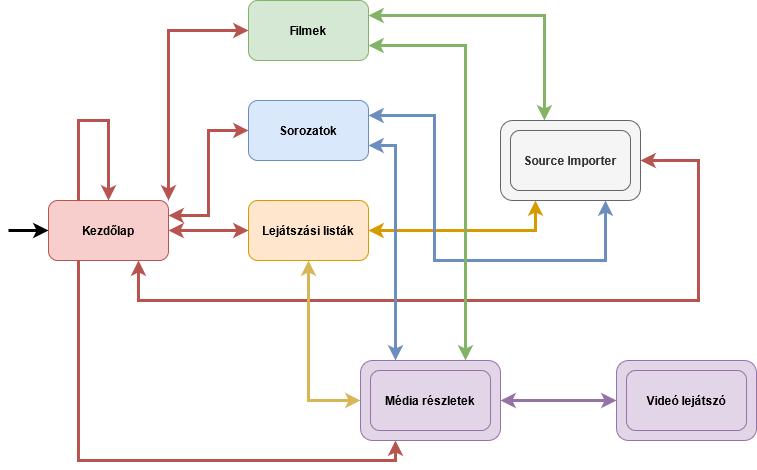
Earlier version of the draw.io export docs/latex/images/navigation_between_screens.png (TMD44/mvp). Source tidied: cells renumbered, new cells last; positions are measured from the earlier drawing's top-left corner, leaving out a move shared by most shapes.
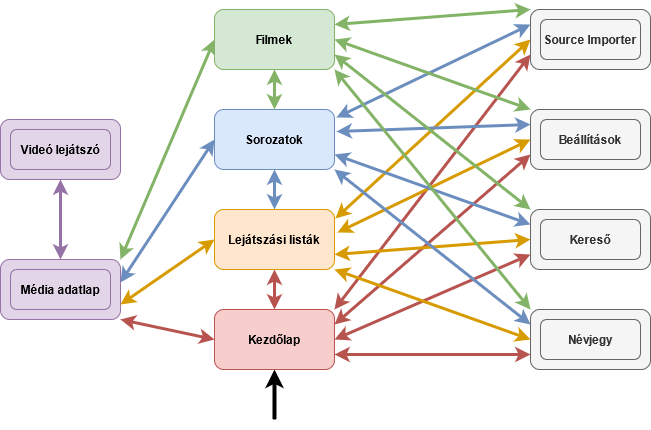
The same diagram one commit later.

The edit, as a diff of the source:
```diff
@@ -2,96 +2,132 @@
   <root>
     <mxCell id="0" />
     <mxCell id="1" parent="0" />
-    <mxCell id="2" style="edgeStyle=orthogonalEdgeStyle;rounded=0;jettySize=auto;html=1;exitX=1;exitY=0.25;exitDx=0;exitDy=0;entryX=0;entryY=0.5;entryDx=0;entryDy=0;fillColor=#f8cecc;strokeColor=#b85450;strokeWidth=3;startArrow=classic;startFill=1;" parent="1" edge="1" source="8" target="14">
-      <mxGeometry relative="1" as="geometry" />
-    </mxCell>
-    <mxCell id="3" style="edgeStyle=orthogonalEdgeStyle;rounded=0;jettySize=auto;html=1;exitX=1;exitY=0;exitDx=0;exitDy=0;entryX=0;entryY=0.5;entryDx=0;entryDy=0;fillColor=#f8cecc;strokeColor=#b85450;strokeWidth=3;startArrow=classic;startFill=1;" parent="1" edge="1" source="8" target="17">
-      <mxGeometry relative="1" as="geometry" />
-    </mxCell>
-    <mxCell id="4" style="edgeStyle=orthogonalEdgeStyle;rounded=0;jettySize=auto;html=1;exitX=1;exitY=0.5;exitDx=0;exitDy=0;entryX=0;entryY=0.5;entryDx=0;entryDy=0;fillColor=#f8cecc;strokeColor=#b85450;strokeWidth=3;startArrow=classic;startFill=1;" parent="1" edge="1" source="8" target="11">
-      <mxGeometry relative="1" as="geometry" />
-    </mxCell>
+    <mxCell id="26" style="edgeStyle=none;rounded=0;jettySize=auto;html=1;exitX=1;exitY=0.25;exitDx=0;exitDy=0;entryX=0;entryY=0.75;entryDx=0;entryDy=0;startArrow=classic;startFill=1;strokeWidth=3;fillColor=#f8cecc;strokeColor=#b85450;" parent="1" edge="1" source="8" target="40">
+      <mxGeometry relative="1" as="geometry" />
+    </mxCell>
-    <mxCell id="5" style="edgeStyle=orthogonalEdgeStyle;rounded=0;jettySize=auto;html=1;exitX=0.75;exitY=1;exitDx=0;exitDy=0;entryX=1;entryY=0.5;entryDx=0;entryDy=0;fillColor=#f8cecc;strokeColor=#b85450;strokeWidth=3;startArrow=classic;startFill=1;" parent="1" edge="1" source="8" target="21">
-      <mxGeometry relative="1" as="geometry">
-        <Array as="points">
-          <mxPoint x="130" y="300" />
-          <mxPoint x="690" y="300" />
-          <mxPoint x="690" y="160" />
-        </Array>
-      </mxGeometry>
+    <mxCell id="5" style="edgeStyle=none;rounded=0;jettySize=auto;html=1;exitX=1;exitY=0.5;exitDx=0;exitDy=0;entryX=0;entryY=0.75;entryDx=0;entryDy=0;startArrow=classic;startFill=1;strokeWidth=3;fillColor=#f8cecc;strokeColor=#b85450;" parent="1" edge="1" source="8" target="21">
+      <mxGeometry relative="1" as="geometry" />
     </mxCell>
+    <mxCell id="27" style="edgeStyle=none;rounded=0;jettySize=auto;html=1;exitX=1;exitY=0.75;exitDx=0;exitDy=0;entryX=0;entryY=0.75;entryDx=0;entryDy=0;startArrow=classic;startFill=1;strokeWidth=3;fillColor=#f8cecc;strokeColor=#b85450;" parent="1" edge="1" source="8" target="44">
+      <mxGeometry relative="1" as="geometry" />
+    </mxCell>
+    <mxCell id="28" style="edgeStyle=none;rounded=0;jettySize=auto;html=1;exitX=1;exitY=0;exitDx=0;exitDy=0;entryX=0;entryY=0.75;entryDx=0;entryDy=0;startArrow=classic;startFill=1;strokeWidth=3;fillColor=#f8cecc;strokeColor=#b85450;" parent="1" edge="1" source="8" target="42">
+      <mxGeometry relative="1" as="geometry" />
+    </mxCell>
-    <mxCell id="6" style="edgeStyle=orthogonalEdgeStyle;rounded=0;jettySize=auto;html=1;exitX=0.25;exitY=1;exitDx=0;exitDy=0;entryX=0.25;entryY=1;entryDx=0;entryDy=0;strokeWidth=3;fillColor=#f8cecc;strokeColor=#b85450;" parent="1" edge="1" source="8" target="19">
+    <mxCell id="6" style="edgeStyle=none;rounded=0;jettySize=auto;html=1;exitX=0;exitY=0.5;exitDx=0;exitDy=0;entryX=1;entryY=1;entryDx=0;entryDy=0;startArrow=classic;startFill=1;strokeWidth=3;fillColor=#f8cecc;strokeColor=#b85450;" parent="1" edge="1" source="8" target="19">
       <mxGeometry relative="1" as="geometry" />
     </mxCell>
-    <mxCell id="7" style="edgeStyle=orthogonalEdgeStyle;rounded=0;jettySize=auto;html=1;entryX=0;entryY=0.5;entryDx=0;entryDy=0;strokeWidth=3;" parent="1" edge="1" target="8">
-      <mxGeometry relative="1" as="geometry">
-        <mxPoint y="230" as="sourcePoint" />
-      </mxGeometry>
-    </mxCell>
+    <mxCell id="29" style="edgeStyle=none;rounded=0;jettySize=auto;html=1;exitX=0.5;exitY=1;exitDx=0;exitDy=0;startArrow=classic;startFill=1;strokeWidth=4;endArrow=none;endFill=0;" parent="1" edge="1" source="8">
+      <mxGeometry relative="1" as="geometry">
+        <mxPoint x="414" y="420" as="targetPoint" />
+      </mxGeometry>
+    </mxCell>
     <mxCell id="8" value="&lt;b&gt;Kezdőlap&lt;/b&gt;" style="rounded=1;whiteSpace=wrap;html=1;fillColor=#f8cecc;strokeColor=#b85450;" parent="1" vertex="1">
-      <mxGeometry x="40" y="200" width="120" height="60" as="geometry" />
+      <mxGeometry x="354" y="310" width="120" height="60" as="geometry" />
     </mxCell>
+    <mxCell id="30" style="edgeStyle=none;rounded=0;jettySize=auto;html=1;exitX=1.008;exitY=0.15;exitDx=0;exitDy=0;entryX=0;entryY=0.5;entryDx=0;entryDy=0;startArrow=classic;startFill=1;strokeWidth=3;fillColor=#ffe6cc;strokeColor=#d79b00;exitPerimeter=0;" parent="1" edge="1" source="11" target="42">
+      <mxGeometry relative="1" as="geometry" />
+    </mxCell>
+    <mxCell id="31" style="edgeStyle=none;rounded=0;jettySize=auto;html=1;entryX=0;entryY=0.5;entryDx=0;entryDy=0;startArrow=classic;startFill=1;strokeWidth=3;fillColor=#ffe6cc;strokeColor=#d79b00;" parent="1" edge="1" target="40">
+      <mxGeometry relative="1" as="geometry">
+        <mxPoint x="477" y="233" as="sourcePoint" />
+      </mxGeometry>
+    </mxCell>
-    <mxCell id="9" style="edgeStyle=orthogonalEdgeStyle;rounded=0;jettySize=auto;html=1;exitX=1;exitY=0.5;exitDx=0;exitDy=0;entryX=0.25;entryY=1;entryDx=0;entryDy=0;startArrow=classic;startFill=1;strokeWidth=3;fillColor=#ffe6cc;strokeColor=#d79b00;" parent="1" edge="1" source="11" target="21">
+    <mxCell id="9" style="edgeStyle=none;rounded=0;jettySize=auto;html=1;exitX=1;exitY=0.75;exitDx=0;exitDy=0;entryX=0;entryY=0.5;entryDx=0;entryDy=0;startArrow=classic;startFill=1;strokeWidth=3;fillColor=#ffe6cc;strokeColor=#d79b00;" parent="1" edge="1" source="11" target="21">
       <mxGeometry relative="1" as="geometry" />
     </mxCell>
-    <mxCell id="10" style="edgeStyle=orthogonalEdgeStyle;rounded=0;jettySize=auto;html=1;exitX=0.5;exitY=1;exitDx=0;exitDy=0;entryX=0;entryY=0.5;entryDx=0;entryDy=0;startArrow=classic;startFill=1;strokeWidth=3;fillColor=#fff2cc;strokeColor=#d6b656;" parent="1" edge="1" source="11" target="19">
-      <mxGeometry relative="1" as="geometry" />
-    </mxCell>
-    <mxCell id="11" value="&lt;b&gt;Lejátszási listák&lt;/b&gt;" style="rounded=1;whiteSpace=wrap;html=1;fillColor=#ffe6cc;strokeColor=#d79b00;" parent="1" vertex="1">
-      <mxGeometry x="240" y="200" width="120" height="60" as="geometry" />
-    </mxCell>
+    <mxCell id="32" style="edgeStyle=none;rounded=0;jettySize=auto;html=1;exitX=1;exitY=1;exitDx=0;exitDy=0;entryX=0;entryY=0.5;entryDx=0;entryDy=0;startArrow=classic;startFill=1;strokeWidth=3;fillColor=#ffe6cc;strokeColor=#d79b00;" parent="1" edge="1" source="11" target="44">
+      <mxGeometry relative="1" as="geometry" />
+    </mxCell>
+    <mxCell id="33" style="edgeStyle=none;rounded=0;jettySize=auto;html=1;exitX=1.017;exitY=0.133;exitDx=0;exitDy=0;entryX=0;entryY=0.25;entryDx=0;entryDy=0;startArrow=classic;startFill=1;strokeWidth=3;fillColor=#dae8fc;strokeColor=#6c8ebf;exitPerimeter=0;" parent="1" edge="1" source="14" target="42">
+      <mxGeometry relative="1" as="geometry" />
+    </mxCell>
+    <mxCell id="34" style="edgeStyle=none;rounded=0;jettySize=auto;html=1;exitX=1.017;exitY=0.367;exitDx=0;exitDy=0;entryX=0;entryY=0.25;entryDx=0;entryDy=0;startArrow=classic;startFill=1;strokeWidth=3;fillColor=#dae8fc;strokeColor=#6c8ebf;exitPerimeter=0;" parent="1" edge="1" source="14" target="40">
+      <mxGeometry relative="1" as="geometry" />
+    </mxCell>
-    <mxCell id="12" style="edgeStyle=orthogonalEdgeStyle;rounded=0;jettySize=auto;html=1;exitX=1;exitY=0.25;exitDx=0;exitDy=0;entryX=0.75;entryY=1;entryDx=0;entryDy=0;fillColor=#dae8fc;strokeColor=#6c8ebf;strokeWidth=3;startArrow=classic;startFill=1;" parent="1" edge="1" source="14" target="21">
-      <mxGeometry relative="1" as="geometry">
-        <Array as="points">
-          <mxPoint x="426" y="115" />
-          <mxPoint x="426" y="260" />
-          <mxPoint x="597" y="260" />
-        </Array>
-      </mxGeometry>
+    <mxCell id="12" style="edgeStyle=none;rounded=0;jettySize=auto;html=1;exitX=1;exitY=0.75;exitDx=0;exitDy=0;entryX=0;entryY=0.25;entryDx=0;entryDy=0;startArrow=classic;startFill=1;strokeWidth=3;fillColor=#dae8fc;strokeColor=#6c8ebf;" parent="1" edge="1" source="14" target="21">
+      <mxGeometry relative="1" as="geometry" />
     </mxCell>
+    <mxCell id="35" style="edgeStyle=none;rounded=0;jettySize=auto;html=1;exitX=1;exitY=1;exitDx=0;exitDy=0;entryX=0;entryY=0.25;entryDx=0;entryDy=0;startArrow=classic;startFill=1;strokeWidth=3;fillColor=#dae8fc;strokeColor=#6c8ebf;" parent="1" edge="1" source="14" target="44">
+      <mxGeometry relative="1" as="geometry" />
+    </mxCell>
-    <mxCell id="13" style="edgeStyle=orthogonalEdgeStyle;rounded=0;jettySize=auto;html=1;exitX=1;exitY=0.75;exitDx=0;exitDy=0;entryX=0.25;entryY=0;entryDx=0;entryDy=0;startArrow=classic;startFill=1;strokeWidth=3;fillColor=#dae8fc;strokeColor=#6c8ebf;" parent="1" edge="1" source="14" target="19">
+    <mxCell id="13" style="edgeStyle=none;rounded=0;jettySize=auto;html=1;exitX=0;exitY=0.5;exitDx=0;exitDy=0;entryX=1;entryY=0.383;entryDx=0;entryDy=0;startArrow=classic;startFill=1;strokeWidth=3;fillColor=#dae8fc;strokeColor=#6c8ebf;entryPerimeter=0;" parent="1" edge="1" source="14" target="19">
       <mxGeometry relative="1" as="geometry" />
     </mxCell>
     <mxCell id="14" value="&lt;b&gt;Sorozatok&lt;/b&gt;" style="rounded=1;whiteSpace=wrap;html=1;fillColor=#dae8fc;strokeColor=#6c8ebf;" parent="1" vertex="1">
-      <mxGeometry x="240" y="100" width="120" height="60" as="geometry" />
+      <mxGeometry x="354" y="110" width="120" height="60" as="geometry" />
     </mxCell>
+    <mxCell id="36" style="edgeStyle=none;rounded=0;jettySize=auto;html=1;exitX=1;exitY=0.25;exitDx=0;exitDy=0;entryX=0;entryY=0;entryDx=0;entryDy=0;startArrow=classic;startFill=1;strokeWidth=3;fillColor=#d5e8d4;strokeColor=#82b366;" parent="1" edge="1" source="17" target="42">
+      <mxGeometry relative="1" as="geometry" />
+    </mxCell>
+    <mxCell id="37" style="edgeStyle=none;rounded=0;jettySize=auto;html=1;exitX=1;exitY=0.5;exitDx=0;exitDy=0;entryX=0;entryY=0;entryDx=0;entryDy=0;startArrow=classic;startFill=1;strokeWidth=3;fillColor=#d5e8d4;strokeColor=#82b366;" parent="1" edge="1" source="17" target="40">
+      <mxGeometry relative="1" as="geometry" />
+    </mxCell>
-    <mxCell id="15" style="edgeStyle=orthogonalEdgeStyle;rounded=0;jettySize=auto;html=1;exitX=1;exitY=0.25;exitDx=0;exitDy=0;entryX=0.314;entryY=0;entryDx=0;entryDy=0;entryPerimeter=0;strokeWidth=3;fillColor=#d5e8d4;strokeColor=#82b366;startArrow=classic;startFill=1;" parent="1" edge="1" source="17" target="21">
+    <mxCell id="15" style="edgeStyle=none;rounded=0;jettySize=auto;html=1;exitX=1;exitY=0.75;exitDx=0;exitDy=0;entryX=0;entryY=0;entryDx=0;entryDy=0;startArrow=classic;startFill=1;strokeWidth=3;fillColor=#d5e8d4;strokeColor=#82b366;" parent="1" edge="1" source="17" target="21">
       <mxGeometry relative="1" as="geometry" />
     </mxCell>
+    <mxCell id="38" style="edgeStyle=none;rounded=0;jettySize=auto;html=1;exitX=1;exitY=1;exitDx=0;exitDy=0;entryX=0;entryY=0;entryDx=0;entryDy=0;startArrow=classic;startFill=1;strokeWidth=3;fillColor=#d5e8d4;strokeColor=#82b366;" parent="1" edge="1" source="17" target="44">
+      <mxGeometry relative="1" as="geometry" />
+    </mxCell>
-    <mxCell id="16" style="edgeStyle=orthogonalEdgeStyle;rounded=0;jettySize=auto;html=1;exitX=1;exitY=0.75;exitDx=0;exitDy=0;entryX=0.75;entryY=0;entryDx=0;entryDy=0;strokeWidth=3;fillColor=#d5e8d4;strokeColor=#82b366;startArrow=classic;startFill=1;" parent="1" edge="1" source="17" target="19">
+    <mxCell id="16" style="edgeStyle=none;rounded=0;jettySize=auto;html=1;exitX=0;exitY=0.5;exitDx=0;exitDy=0;entryX=1;entryY=0;entryDx=0;entryDy=0;startArrow=classic;startFill=1;strokeWidth=3;fillColor=#d5e8d4;strokeColor=#82b366;" parent="1" edge="1" source="17" target="19">
       <mxGeometry relative="1" as="geometry" />
     </mxCell>
+    <mxCell id="39" style="edgeStyle=none;jettySize=auto;html=1;exitX=0.5;exitY=1;exitDx=0;exitDy=0;entryX=0.5;entryY=0;entryDx=0;entryDy=0;startArrow=classic;startFill=1;strokeWidth=3;fillColor=#d5e8d4;strokeColor=#82b366;rounded=0;" parent="1" edge="1" source="17" target="14">
+      <mxGeometry relative="1" as="geometry" />
+    </mxCell>
     <mxCell id="17" value="&lt;b&gt;Filmek&lt;/b&gt;" style="rounded=1;whiteSpace=wrap;html=1;fillColor=#d5e8d4;strokeColor=#82b366;" parent="1" vertex="1">
-      <mxGeometry x="240" width="120" height="60" as="geometry" />
+      <mxGeometry x="354" y="10" width="120" height="60" as="geometry" />
     </mxCell>
-    <mxCell id="18" style="edgeStyle=orthogonalEdgeStyle;rounded=0;jettySize=auto;html=1;exitX=1;exitY=0.5;exitDx=0;exitDy=0;entryX=0;entryY=0.5;entryDx=0;entryDy=0;startArrow=classic;startFill=1;strokeWidth=3;fillColor=#e1d5e7;strokeColor=#9673a6;" parent="1" edge="1" source="19" target="23">
+    <mxCell id="18" style="edgeStyle=none;rounded=0;jettySize=auto;html=1;exitX=0.5;exitY=0;exitDx=0;exitDy=0;entryX=0.5;entryY=1;entryDx=0;entryDy=0;startArrow=classic;startFill=1;strokeWidth=3;fillColor=#e1d5e7;strokeColor=#9673a6;" parent="1" edge="1" source="19" target="23">
       <mxGeometry relative="1" as="geometry" />
     </mxCell>
     <mxCell id="19" style="rounded=1;whiteSpace=wrap;html=1;fillColor=#e1d5e7;strokeColor=#9673a6;" parent="1" vertex="1">
-      <mxGeometry x="352" y="360" width="140" height="80" as="geometry" />
+      <mxGeometry x="140" y="260" width="120" height="60" as="geometry" />
     </mxCell>
-    <mxCell id="20" value="&lt;b&gt;Média részletek&lt;/b&gt;" style="rounded=1;whiteSpace=wrap;html=1;fillColor=#e1d5e7;strokeColor=#9673a6;" parent="1" vertex="1">
-      <mxGeometry x="362" y="370" width="120" height="60" as="geometry" />
+    <mxCell id="20" value="&lt;b&gt;Média adatlap&lt;/b&gt;" style="rounded=1;whiteSpace=wrap;html=1;fillColor=#e1d5e7;strokeColor=#9673a6;" parent="1" vertex="1">
+      <mxGeometry x="150" y="270" width="100" height="40" as="geometry" />
     </mxCell>
     <mxCell id="21" style="rounded=1;whiteSpace=wrap;html=1;fillColor=#f5f5f5;strokeColor=#666666;fontColor=#333333;" parent="1" vertex="1">
-      <mxGeometry x="492" y="120" width="140" height="80" as="geometry" />
+      <mxGeometry x="670" y="210" width="120" height="60" as="geometry" />
     </mxCell>
-    <mxCell id="22" value="&lt;b&gt;Source Importer&lt;/b&gt;" style="rounded=1;whiteSpace=wrap;html=1;fillColor=#f5f5f5;strokeColor=#666666;fontColor=#333333;" parent="1" vertex="1">
-      <mxGeometry x="502" y="130" width="120" height="60" as="geometry" />
+    <mxCell id="22" value="&lt;b&gt;Kereső&lt;/b&gt;" style="rounded=1;whiteSpace=wrap;html=1;fillColor=#f5f5f5;strokeColor=#666666;fontColor=#333333;" parent="1" vertex="1">
+      <mxGeometry x="680" y="220" width="100" height="40" as="geometry" />
     </mxCell>
     <mxCell id="23" style="rounded=1;whiteSpace=wrap;html=1;fillColor=#e1d5e7;strokeColor=#9673a6;" parent="1" vertex="1">
-      <mxGeometry x="608" y="360" width="140" height="80" as="geometry" />
+      <mxGeometry x="140" y="120" width="120" height="60" as="geometry" />
     </mxCell>
     <mxCell id="24" value="&lt;b&gt;Videó lejátszó&lt;/b&gt;" style="rounded=1;whiteSpace=wrap;html=1;fillColor=#e1d5e7;strokeColor=#9673a6;" parent="1" vertex="1">
-      <mxGeometry x="618" y="370" width="120" height="60" as="geometry" />
+      <mxGeometry x="150" y="130" width="100" height="40" as="geometry" />
     </mxCell>
-    <mxCell id="25" style="edgeStyle=orthogonalEdgeStyle;rounded=0;orthogonalLoop=1;jettySize=auto;html=1;exitX=0.25;exitY=0;exitDx=0;exitDy=0;entryX=0.5;entryY=0;entryDx=0;entryDy=0;strokeWidth=3;fillColor=#f8cecc;strokeColor=#b85450;" parent="1" edge="1" source="8" target="8">
-      <mxGeometry relative="1" as="geometry">
-        <Array as="points">
-          <mxPoint x="70" y="120" />
-          <mxPoint x="100" y="120" />
-        </Array>
-      </mxGeometry>
-    </mxCell>
+    <mxCell id="40" style="rounded=1;whiteSpace=wrap;html=1;fillColor=#f5f5f5;strokeColor=#666666;fontColor=#333333;" parent="1" vertex="1">
+      <mxGeometry x="670" y="110" width="120" height="60" as="geometry" />
+    </mxCell>
+    <mxCell id="41" value="&lt;b&gt;Beállítások&lt;/b&gt;" style="rounded=1;whiteSpace=wrap;html=1;fillColor=#f5f5f5;strokeColor=#666666;fontColor=#333333;" parent="1" vertex="1">
+      <mxGeometry x="680" y="120" width="100" height="40" as="geometry" />
+    </mxCell>
+    <mxCell id="42" style="rounded=1;whiteSpace=wrap;html=1;fillColor=#f5f5f5;strokeColor=#666666;fontColor=#333333;" parent="1" vertex="1">
+      <mxGeometry x="670" y="10" width="120" height="60" as="geometry" />
+    </mxCell>
+    <mxCell id="43" value="&lt;b&gt;Source Importer&lt;/b&gt;" style="rounded=1;whiteSpace=wrap;html=1;fillColor=#f5f5f5;strokeColor=#666666;fontColor=#333333;" parent="1" vertex="1">
+      <mxGeometry x="680" y="20" width="100" height="40" as="geometry" />
+    </mxCell>
+    <mxCell id="44" style="rounded=1;whiteSpace=wrap;html=1;fillColor=#f5f5f5;strokeColor=#666666;fontColor=#333333;" parent="1" vertex="1">
+      <mxGeometry x="670" y="310" width="120" height="60" as="geometry" />
+    </mxCell>
+    <mxCell id="45" value="&lt;b&gt;Névjegy&lt;/b&gt;" style="rounded=1;whiteSpace=wrap;html=1;fillColor=#f5f5f5;strokeColor=#666666;fontColor=#333333;" parent="1" vertex="1">
+      <mxGeometry x="680" y="320" width="100" height="40" as="geometry" />
+    </mxCell>
+    <mxCell id="10" style="edgeStyle=none;rounded=0;jettySize=auto;html=1;exitX=0;exitY=0.5;exitDx=0;exitDy=0;entryX=1;entryY=0.75;entryDx=0;entryDy=0;startArrow=classic;startFill=1;strokeWidth=3;fillColor=#ffe6cc;strokeColor=#d79b00;" parent="1" edge="1" source="11" target="19">
+      <mxGeometry relative="1" as="geometry" />
+    </mxCell>
+    <mxCell id="46" style="edgeStyle=none;rounded=0;jettySize=auto;html=1;exitX=0.5;exitY=1;exitDx=0;exitDy=0;entryX=0.5;entryY=0;entryDx=0;entryDy=0;startArrow=classic;startFill=1;strokeWidth=3;fillColor=#f8cecc;strokeColor=#b85450;" parent="1" edge="1" source="11" target="8">
+      <mxGeometry relative="1" as="geometry" />
+    </mxCell>
+    <mxCell id="47" style="edgeStyle=none;rounded=0;jettySize=auto;html=1;exitX=0.5;exitY=0;exitDx=0;exitDy=0;entryX=0.5;entryY=1;entryDx=0;entryDy=0;startArrow=classic;startFill=1;strokeWidth=3;fillColor=#dae8fc;strokeColor=#6c8ebf;" parent="1" edge="1" source="11" target="14">
+      <mxGeometry relative="1" as="geometry" />
+    </mxCell>
+    <mxCell id="11" value="&lt;b&gt;Lejátszási listák&lt;/b&gt;" style="rounded=1;whiteSpace=wrap;html=1;fillColor=#ffe6cc;strokeColor=#d79b00;" parent="1" vertex="1">
+      <mxGeometry x="354" y="210" width="120" height="60" as="geometry" />
+    </mxCell>
   </root>
 </mxGraphModel>
```
